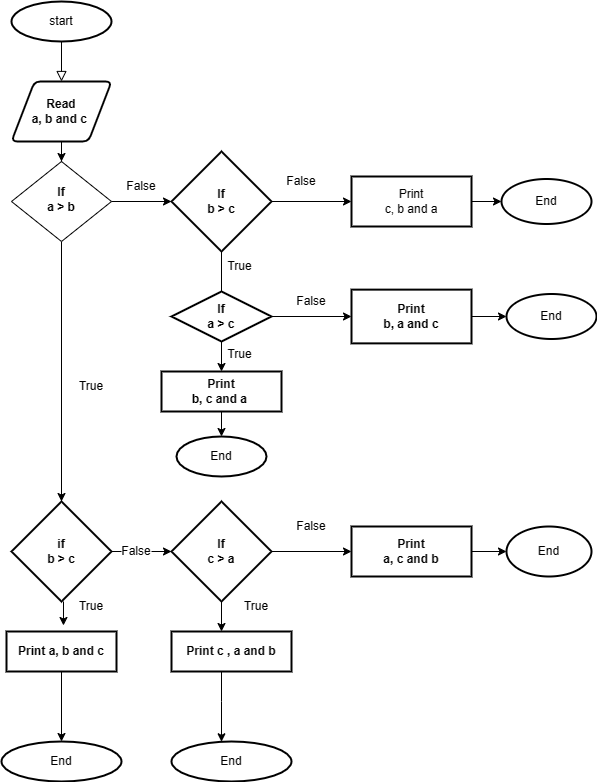
AnitaMatt/alx-onboarding keeps this draw.io diagram as 0x00-map_your_mind/Untitled Diagram-Page-1.drawio.png. Above is the earlier version. Source tidied: cells renumbered, new cells last; positions are measured from the earlier drawing's top-left corner, leaving out a move shared by most shapes. The source it was exported from:
```xml
<mxGraphModel>
  <root>
    <mxCell id="0" />
    <mxCell id="1" parent="0" />
    <mxCell id="2" style="rounded=0;html=1;jettySize=auto;fontSize=11;endArrow=block;endFill=0;endSize=8;strokeWidth=1;shadow=0;labelBackgroundColor=none;edgeStyle=orthogonalEdgeStyle;entryX=0.5;entryY=0;entryDx=0;entryDy=0;startArrow=none;" parent="1" edge="1" target="6">
      <mxGeometry relative="1" as="geometry">
        <mxPoint x="60" y="40" as="sourcePoint" />
      </mxGeometry>
    </mxCell>
    <mxCell id="3" style="edgeStyle=orthogonalEdgeStyle;rounded=0;jettySize=auto;html=1;entryX=0.5;entryY=0;entryDx=0;entryDy=0;entryPerimeter=0;" parent="1" edge="1" source="4" target="8">
      <mxGeometry relative="1" as="geometry" />
    </mxCell>
    <mxCell id="4" value="&lt;b&gt;If&lt;br&gt;a &amp;gt; b&lt;/b&gt;" style="rhombus;whiteSpace=wrap;html=1;shadow=0;fontFamily=Helvetica;fontSize=12;align=center;strokeWidth=1;spacing=6;spacingTop=-4;" parent="1" vertex="1">
      <mxGeometry x="10" y="160" width="100" height="80" as="geometry" />
    </mxCell>
    <mxCell id="5" style="edgeStyle=orthogonalEdgeStyle;rounded=0;jettySize=auto;html=1;" parent="1" edge="1" source="6" target="4">
      <mxGeometry relative="1" as="geometry" />
    </mxCell>
    <mxCell id="6" value="&lt;b&gt;Read&lt;br&gt;a, b and c&amp;nbsp;&lt;/b&gt;" style="shape=parallelogram;html=1;strokeWidth=2;perimeter=parallelogramPerimeter;whiteSpace=wrap;rounded=1;arcSize=12;size=0.23;" parent="1" vertex="1">
      <mxGeometry x="10" y="80" width="100" height="60" as="geometry" />
    </mxCell>
    <mxCell id="7" style="edgeStyle=orthogonalEdgeStyle;rounded=0;jettySize=auto;html=1;" parent="1" edge="1" source="8">
      <mxGeometry relative="1" as="geometry">
        <mxPoint x="60" y="570" as="targetPoint" />
        <Array as="points">
          <mxPoint x="60" y="420" />
          <mxPoint x="60" y="420" />
        </Array>
      </mxGeometry>
    </mxCell>
    <mxCell id="8" value="&lt;b&gt;if&lt;br&gt;b &amp;gt; c&lt;/b&gt;" style="strokeWidth=2;html=1;shape=mxgraph.flowchart.decision;whiteSpace=wrap;" parent="1" vertex="1">
      <mxGeometry x="10" y="500" width="100" height="100" as="geometry" />
    </mxCell>
    <mxCell id="9" style="edgeStyle=orthogonalEdgeStyle;rounded=0;orthogonalLoop=1;jettySize=auto;html=1;exitX=0.5;exitY=1;exitDx=0;exitDy=0;exitPerimeter=0;" parent="1" edge="1" source="8" target="8">
      <mxGeometry relative="1" as="geometry" />
    </mxCell>
    <mxCell id="10" style="edgeStyle=orthogonalEdgeStyle;rounded=0;jettySize=auto;html=1;" parent="1" edge="1" source="11" target="47">
      <mxGeometry relative="1" as="geometry" />
    </mxCell>
    <mxCell id="11" value="&lt;b&gt;Print a, b and c&lt;/b&gt;" style="whiteSpace=wrap;html=1;strokeWidth=2;" parent="1" vertex="1">
      <mxGeometry x="5" y="630" width="110" height="40" as="geometry" />
    </mxCell>
    <mxCell id="12" value="True" style="text;html=1;strokeColor=none;fillColor=none;align=center;verticalAlign=middle;whiteSpace=wrap;rounded=0;" parent="1" vertex="1">
      <mxGeometry x="60" y="370" width="60" height="30" as="geometry" />
    </mxCell>
    <mxCell id="13" style="edgeStyle=orthogonalEdgeStyle;rounded=0;jettySize=auto;html=1;" parent="1" edge="1" source="15" target="27">
      <mxGeometry relative="1" as="geometry" />
    </mxCell>
    <mxCell id="14" style="edgeStyle=orthogonalEdgeStyle;rounded=0;jettySize=auto;html=1;" parent="1" edge="1" source="15" target="17">
      <mxGeometry relative="1" as="geometry">
        <Array as="points">
          <mxPoint x="230" y="580" />
          <mxPoint x="230" y="580" />
        </Array>
      </mxGeometry>
    </mxCell>
    <mxCell id="15" value="&lt;b&gt;If&lt;br&gt;c &amp;gt; a&lt;/b&gt;" style="strokeWidth=2;html=1;shape=mxgraph.flowchart.decision;whiteSpace=wrap;" parent="1" vertex="1">
      <mxGeometry x="170" y="500" width="100" height="100" as="geometry" />
    </mxCell>
    <mxCell id="16" style="edgeStyle=orthogonalEdgeStyle;rounded=0;jettySize=auto;html=1;" parent="1" edge="1" source="17" target="48">
      <mxGeometry relative="1" as="geometry">
        <Array as="points">
          <mxPoint x="220" y="700" />
          <mxPoint x="220" y="700" />
        </Array>
      </mxGeometry>
    </mxCell>
    <mxCell id="17" value="&lt;b&gt;Print c , a and b&lt;/b&gt;" style="whiteSpace=wrap;html=1;strokeWidth=2;" parent="1" vertex="1">
      <mxGeometry x="170" y="630" width="120" height="40" as="geometry" />
    </mxCell>
    <mxCell id="18" style="edgeStyle=orthogonalEdgeStyle;rounded=0;jettySize=auto;html=1;entryX=0;entryY=0.5;entryDx=0;entryDy=0;entryPerimeter=0;exitX=1;exitY=0.5;exitDx=0;exitDy=0;exitPerimeter=0;startArrow=none;" parent="1" edge="1" source="24" target="15">
      <mxGeometry relative="1" as="geometry" />
    </mxCell>
    <mxCell id="19" style="edgeStyle=orthogonalEdgeStyle;rounded=0;jettySize=auto;html=1;exitX=1;exitY=0.5;exitDx=0;exitDy=0;" parent="1" edge="1" source="4">
      <mxGeometry relative="1" as="geometry">
        <mxPoint x="170" y="200" as="targetPoint" />
      </mxGeometry>
    </mxCell>
    <mxCell id="20" style="edgeStyle=orthogonalEdgeStyle;rounded=0;jettySize=auto;html=1;startArrow=none;" parent="1" edge="1" source="35">
      <mxGeometry relative="1" as="geometry">
        <mxPoint x="220" y="300" as="targetPoint" />
      </mxGeometry>
    </mxCell>
    <mxCell id="21" style="edgeStyle=orthogonalEdgeStyle;rounded=0;jettySize=auto;html=1;" parent="1" edge="1" source="22" target="40">
      <mxGeometry relative="1" as="geometry" />
    </mxCell>
    <mxCell id="22" value="&lt;b&gt;If&lt;br&gt;b &amp;gt; c&lt;br&gt;&lt;/b&gt;" style="strokeWidth=2;html=1;shape=mxgraph.flowchart.decision;whiteSpace=wrap;" parent="1" vertex="1">
      <mxGeometry x="170" y="150" width="100" height="100" as="geometry" />
    </mxCell>
    <mxCell id="23" value="False" style="text;html=1;strokeColor=none;fillColor=none;align=center;verticalAlign=middle;whiteSpace=wrap;rounded=0;" parent="1" vertex="1">
      <mxGeometry x="110" y="170" width="60" height="30" as="geometry" />
    </mxCell>
    <mxCell id="24" value="False" style="text;html=1;strokeColor=none;fillColor=none;align=center;verticalAlign=middle;whiteSpace=wrap;rounded=0;" parent="1" vertex="1">
      <mxGeometry x="120" y="535" width="30" height="30" as="geometry" />
    </mxCell>
    <mxCell id="25" style="edgeStyle=orthogonalEdgeStyle;rounded=0;jettySize=auto;html=1;entryX=0;entryY=0.5;entryDx=0;entryDy=0;entryPerimeter=0;exitX=1;exitY=0.5;exitDx=0;exitDy=0;exitPerimeter=0;endArrow=none;" parent="1" edge="1" source="8" target="24">
      <mxGeometry relative="1" as="geometry" />
    </mxCell>
    <mxCell id="26" style="edgeStyle=orthogonalEdgeStyle;rounded=0;jettySize=auto;html=1;" parent="1" edge="1" source="27" target="46">
      <mxGeometry relative="1" as="geometry" />
    </mxCell>
    <mxCell id="27" value="&lt;b&gt;Print&lt;br&gt;a, c and b&lt;/b&gt;" style="whiteSpace=wrap;html=1;strokeWidth=2;" parent="1" vertex="1">
      <mxGeometry x="350" y="525" width="120" height="50" as="geometry" />
    </mxCell>
    <mxCell id="28" value="False" style="text;html=1;strokeColor=none;fillColor=none;align=center;verticalAlign=middle;whiteSpace=wrap;rounded=0;" parent="1" vertex="1">
      <mxGeometry x="280" y="510" width="60" height="30" as="geometry" />
    </mxCell>
    <mxCell id="29" value="True" style="text;html=1;strokeColor=none;fillColor=none;align=center;verticalAlign=middle;whiteSpace=wrap;rounded=0;" parent="1" vertex="1">
      <mxGeometry x="223" y="250" width="31" height="30" as="geometry" />
    </mxCell>
    <mxCell id="30" style="edgeStyle=orthogonalEdgeStyle;rounded=0;jettySize=auto;html=1;" parent="1" edge="1" source="35" target="32">
      <mxGeometry relative="1" as="geometry" />
    </mxCell>
    <mxCell id="31" style="edgeStyle=orthogonalEdgeStyle;rounded=0;jettySize=auto;html=1;" parent="1" edge="1" source="32" target="43">
      <mxGeometry relative="1" as="geometry" />
    </mxCell>
    <mxCell id="32" value="&lt;b&gt;Print&lt;br&gt;b, c and a&amp;nbsp;&lt;br&gt;&lt;/b&gt;" style="whiteSpace=wrap;html=1;strokeWidth=2;" parent="1" vertex="1">
      <mxGeometry x="160" y="370" width="120" height="40" as="geometry" />
    </mxCell>
    <mxCell id="33" style="edgeStyle=orthogonalEdgeStyle;rounded=0;orthogonalLoop=1;jettySize=auto;html=1;exitX=0.5;exitY=1;exitDx=0;exitDy=0;exitPerimeter=0;" parent="1" edge="1" source="35" target="35">
      <mxGeometry relative="1" as="geometry" />
    </mxCell>
    <mxCell id="34" style="edgeStyle=orthogonalEdgeStyle;rounded=0;jettySize=auto;html=1;" parent="1" edge="1" source="35" target="38">
      <mxGeometry relative="1" as="geometry" />
    </mxCell>
    <mxCell id="35" value="&lt;b&gt;If&lt;br&gt;a &amp;gt; c&lt;br&gt;&lt;/b&gt;" style="strokeWidth=2;html=1;shape=mxgraph.flowchart.decision;whiteSpace=wrap;" parent="1" vertex="1">
      <mxGeometry x="170" y="290" width="100" height="50" as="geometry" />
    </mxCell>
    <mxCell id="36" style="edgeStyle=orthogonalEdgeStyle;rounded=0;jettySize=auto;html=1;endArrow=none;" parent="1" edge="1" source="22" target="35">
      <mxGeometry relative="1" as="geometry" />
    </mxCell>
    <mxCell id="37" style="edgeStyle=orthogonalEdgeStyle;rounded=0;jettySize=auto;html=1;" parent="1" edge="1" source="38" target="45">
      <mxGeometry relative="1" as="geometry" />
    </mxCell>
    <mxCell id="38" value="&lt;b&gt;Print&lt;br&gt;b, a and c&lt;/b&gt;" style="whiteSpace=wrap;html=1;strokeWidth=2;" parent="1" vertex="1">
      <mxGeometry x="350" y="288.1" width="120" height="53.8" as="geometry" />
    </mxCell>
    <mxCell id="39" style="edgeStyle=orthogonalEdgeStyle;rounded=0;jettySize=auto;html=1;" parent="1" edge="1" source="40" target="44">
      <mxGeometry relative="1" as="geometry" />
    </mxCell>
    <mxCell id="40" value="Print&lt;br&gt;c, b and a" style="whiteSpace=wrap;html=1;strokeWidth=2;" parent="1" vertex="1">
      <mxGeometry x="350" y="175" width="120" height="50" as="geometry" />
    </mxCell>
    <mxCell id="41" value="False" style="text;html=1;strokeColor=none;fillColor=none;align=center;verticalAlign=middle;whiteSpace=wrap;rounded=0;" parent="1" vertex="1">
      <mxGeometry x="270" y="170" width="60" height="20" as="geometry" />
    </mxCell>
    <mxCell id="42" value="False" style="text;html=1;strokeColor=none;fillColor=none;align=center;verticalAlign=middle;whiteSpace=wrap;rounded=0;" parent="1" vertex="1">
      <mxGeometry x="280" y="290" width="60" height="20" as="geometry" />
    </mxCell>
    <mxCell id="43" value="End" style="ellipse;whiteSpace=wrap;html=1;strokeWidth=2;" parent="1" vertex="1">
      <mxGeometry x="175" y="435" width="90" height="40" as="geometry" />
    </mxCell>
    <mxCell id="44" value="End" style="ellipse;whiteSpace=wrap;html=1;strokeWidth=2;" parent="1" vertex="1">
      <mxGeometry x="500" y="177.5" width="90" height="45" as="geometry" />
    </mxCell>
    <mxCell id="45" value="End" style="ellipse;whiteSpace=wrap;html=1;strokeWidth=2;" parent="1" vertex="1">
      <mxGeometry x="505" y="292.5" width="90" height="45" as="geometry" />
    </mxCell>
    <mxCell id="46" value="End" style="ellipse;whiteSpace=wrap;html=1;strokeWidth=2;" parent="1" vertex="1">
      <mxGeometry x="505" y="525" width="85" height="50" as="geometry" />
    </mxCell>
    <mxCell id="47" value="End" style="ellipse;whiteSpace=wrap;html=1;strokeWidth=2;" parent="1" vertex="1">
      <mxGeometry y="740" width="120" height="40" as="geometry" />
    </mxCell>
    <mxCell id="48" value="End" style="ellipse;whiteSpace=wrap;html=1;strokeWidth=2;" parent="1" vertex="1">
      <mxGeometry x="170" y="740" width="120" height="40" as="geometry" />
    </mxCell>
    <mxCell id="49" value="start" style="strokeWidth=2;html=1;shape=mxgraph.flowchart.start_1;whiteSpace=wrap;" parent="1" vertex="1">
      <mxGeometry x="10" width="100" height="40" as="geometry" />
    </mxCell>
    <mxCell id="50" style="edgeStyle=orthogonalEdgeStyle;rounded=0;jettySize=auto;html=1;entryX=0.518;entryY=-0.15;entryDx=0;entryDy=0;entryPerimeter=0;" parent="1" edge="1" target="11">
      <mxGeometry relative="1" as="geometry">
        <mxPoint x="62" y="600" as="sourcePoint" />
        <Array as="points">
          <mxPoint x="62" y="624" />
          <mxPoint x="62" y="624" />
        </Array>
      </mxGeometry>
    </mxCell>
    <mxCell id="51" value="True" style="text;html=1;strokeColor=none;fillColor=none;align=center;verticalAlign=middle;whiteSpace=wrap;rounded=0;" parent="1" vertex="1">
      <mxGeometry x="70" y="590" width="40" height="30" as="geometry" />
    </mxCell>
    <mxCell id="52" value="True" style="text;html=1;strokeColor=none;fillColor=none;align=center;verticalAlign=middle;whiteSpace=wrap;rounded=0;" parent="1" vertex="1">
      <mxGeometry x="240" y="590" width="30" height="30" as="geometry" />
    </mxCell>
    <mxCell id="53" value="True" style="text;html=1;strokeColor=none;fillColor=none;align=center;verticalAlign=middle;whiteSpace=wrap;rounded=0;" parent="1" vertex="1">
      <mxGeometry x="223" y="337.5" width="30.5" height="30" as="geometry" />
    </mxCell>
  </root>
</mxGraphModel>
```
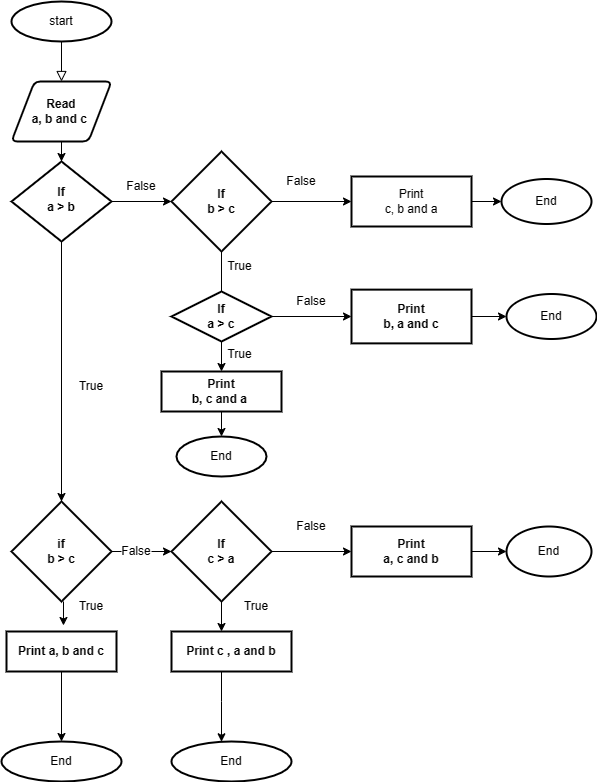
The same diagram one commit later.

Diff of the diagram source:
```diff
@@ -10,7 +10,7 @@
     <mxCell id="3" style="edgeStyle=orthogonalEdgeStyle;rounded=0;jettySize=auto;html=1;entryX=0.5;entryY=0;entryDx=0;entryDy=0;entryPerimeter=0;" parent="1" edge="1" source="4" target="8">
       <mxGeometry relative="1" as="geometry" />
     </mxCell>
-    <mxCell id="4" value="&lt;b&gt;If&lt;br&gt;a &amp;gt; b&lt;/b&gt;" style="rhombus;whiteSpace=wrap;html=1;shadow=0;fontFamily=Helvetica;fontSize=12;align=center;strokeWidth=1;spacing=6;spacingTop=-4;" parent="1" vertex="1">
+    <mxCell id="4" value="&lt;b&gt;If&lt;br&gt;a &amp;gt; b&lt;/b&gt;" style="rhombus;whiteSpace=wrap;html=1;shadow=0;fontFamily=Helvetica;fontSize=12;align=center;strokeWidth=2;spacing=6;spacingTop=-4;" parent="1" vertex="1">
       <mxGeometry x="10" y="160" width="100" height="80" as="geometry" />
     </mxCell>
     <mxCell id="5" style="edgeStyle=orthogonalEdgeStyle;rounded=0;jettySize=auto;html=1;" parent="1" edge="1" source="6" target="4">
```
